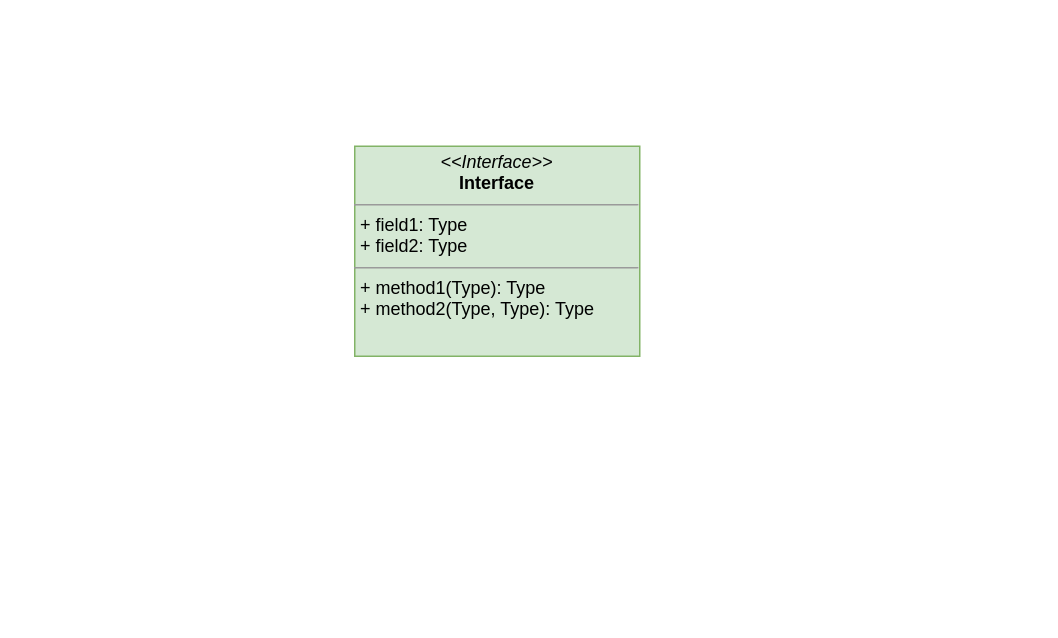
This is drawio/设计模式/外观模式.drawio from hezhuma/image-repo, a draw.io file, before an edit. Source tidied: cells renumbered, new cells numbered last; positions are measured from the earlier drawing's top-left corner, leaving out a move shared by most shapes. Both pictures are drawn from the tidied source at 150%, with x=0, y=0 at pixel (354, 146).
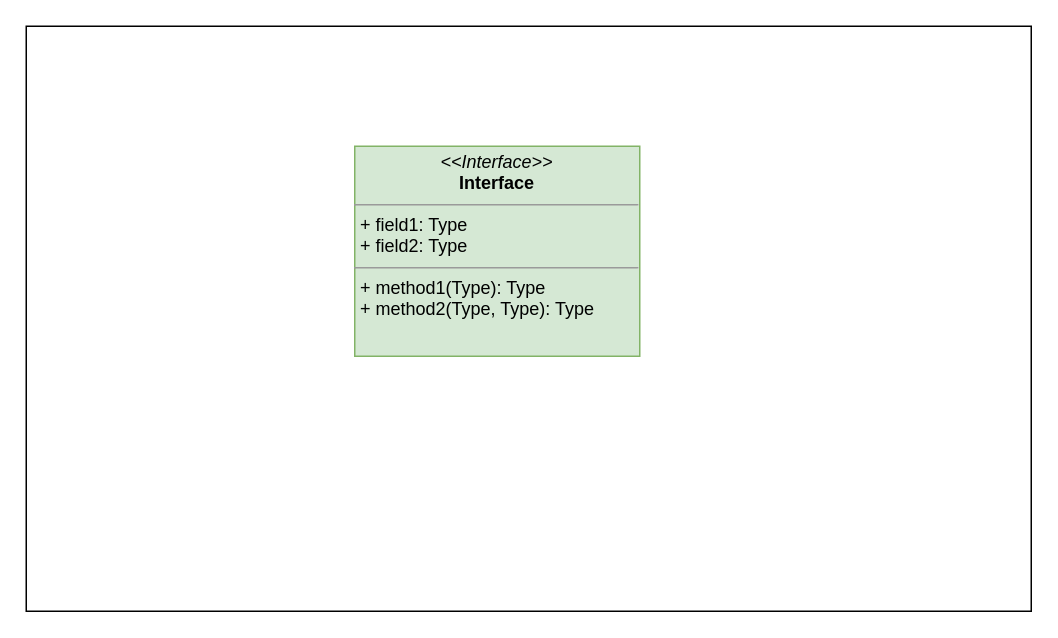
After the change.

Diff of the diagram source:
```diff
@@
 <mxGraphModel>
   <root>
     <mxCell id="0" />
     <mxCell id="1" parent="0" />
+    <mxCell id="3" style="rounded=0;whiteSpace=wrap;html=1;" parent="1" vertex="1">
+      <mxGeometry x="-219" y="-80" width="670" height="390" as="geometry" />
+    </mxCell>
     <mxCell id="2" value="&lt;p style=&quot;margin:0px;margin-top:4px;text-align:center;&quot;&gt;&lt;i&gt;&amp;lt;&amp;lt;Interface&amp;gt;&amp;gt;&lt;/i&gt;&lt;br/&gt;&lt;b&gt;Interface&lt;/b&gt;&lt;/p&gt;&lt;hr size=&quot;1&quot;/&gt;&lt;p style=&quot;margin:0px;margin-left:4px;&quot;&gt;+ field1: Type&lt;br/&gt;+ field2: Type&lt;/p&gt;&lt;hr size=&quot;1&quot;/&gt;&lt;p style=&quot;margin:0px;margin-left:4px;&quot;&gt;+ method1(Type): Type&lt;br/&gt;+ method2(Type, Type): Type&lt;/p&gt;" style="verticalAlign=top;align=left;overflow=fill;fontSize=12;fontFamily=Helvetica;html=1;fillColor=#d5e8d4;strokeColor=#82b366;" parent="1" vertex="1">
       <mxGeometry width="190" height="140" as="geometry" />
     </mxCell>
   </root>
 </mxGraphModel>
```
